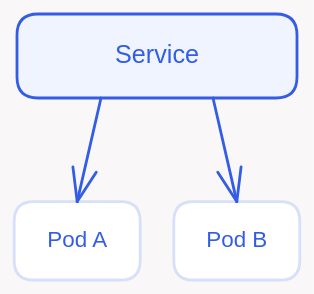
Before: deck/chapter/04-diagrams/resources/service.excalidraw.svg, a diagram exported from Excalidraw (Miragon/slidev-deck-template). Source tidied: one line per element, renumbered; positions are measured from the earlier drawing's top-left corner, leaving out a move shared by most shapes.
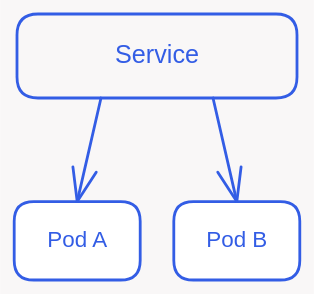
Later version of the same file.

Diff of the diagram source:
```diff
@@ -1,8 +1,8 @@
-{"id": 0, "type": "rectangle", "strokeColor": "#335DE5", "backgroundColor": "#F0F4FF", "fillStyle": "solid", "strokeWidth": 2, "roughness": 0, "round": true, "x": 2, "y": 0, "width": 200, "height": 60}
+{"id": 0, "type": "rectangle", "strokeColor": "#335DE5", "backgroundColor": "#F9F7F7", "fillStyle": "solid", "strokeWidth": 2, "roughness": 0, "round": true, "x": 2, "y": 0, "width": 200, "height": 60}
 {"id": 1, "type": "text", "text": "Service", "strokeColor": "#335DE5", "strokeWidth": 1, "roughness": 0, "fontSize": 18, "fontFamily": 2, "textAlign": "center", "verticalAlign": "middle", "inside": 0, "x": 2, "y": 19, "width": 200, "height": 22}
-{"id": 2, "type": "rectangle", "strokeColor": "#D6E0F8", "backgroundColor": "#FFFFFF", "fillStyle": "solid", "strokeWidth": 2, "roughness": 0, "round": true, "x": 0, "y": 134, "width": 90, "height": 56}
+{"id": 2, "type": "rectangle", "strokeColor": "#335DE5", "backgroundColor": "#FFFFFF", "fillStyle": "solid", "strokeWidth": 2, "roughness": 0, "round": true, "x": 0, "y": 134, "width": 90, "height": 56}
 {"id": 3, "type": "text", "text": "Pod A", "strokeColor": "#335DE5", "strokeWidth": 1, "roughness": 0, "fontSize": 16, "fontFamily": 2, "textAlign": "center", "verticalAlign": "middle", "inside": 2, "x": 0, "y": 151, "width": 90, "height": 22}
-{"id": 4, "type": "rectangle", "strokeColor": "#D6E0F8", "backgroundColor": "#FFFFFF", "fillStyle": "solid", "strokeWidth": 2, "roughness": 0, "round": true, "x": 114, "y": 134, "width": 90, "height": 56}
+{"id": 4, "type": "rectangle", "strokeColor": "#335DE5", "backgroundColor": "#FFFFFF", "fillStyle": "solid", "strokeWidth": 2, "roughness": 0, "round": true, "x": 114, "y": 134, "width": 90, "height": 56}
 {"id": 5, "type": "text", "text": "Pod B", "strokeColor": "#335DE5", "strokeWidth": 1, "roughness": 0, "fontSize": 16, "fontFamily": 2, "textAlign": "center", "verticalAlign": "middle", "inside": 4, "x": 114, "y": 151, "width": 90, "height": 22}
 {"id": 6, "type": "arrow", "strokeColor": "#335DE5", "strokeWidth": 2, "roughness": 0, "endArrowhead": "arrow", "from": 0, "to": 2, "x": 62, "y": 60, "width": 17, "height": 74, "points": [[0, 0], [-17, 74]]}
 {"id": 7, "type": "arrow", "strokeColor": "#335DE5", "strokeWidth": 2, "roughness": 0, "endArrowhead": "arrow", "from": 0, "to": 4, "x": 142, "y": 60, "width": 17, "height": 74, "points": [[0, 0], [17, 74]]}
```
